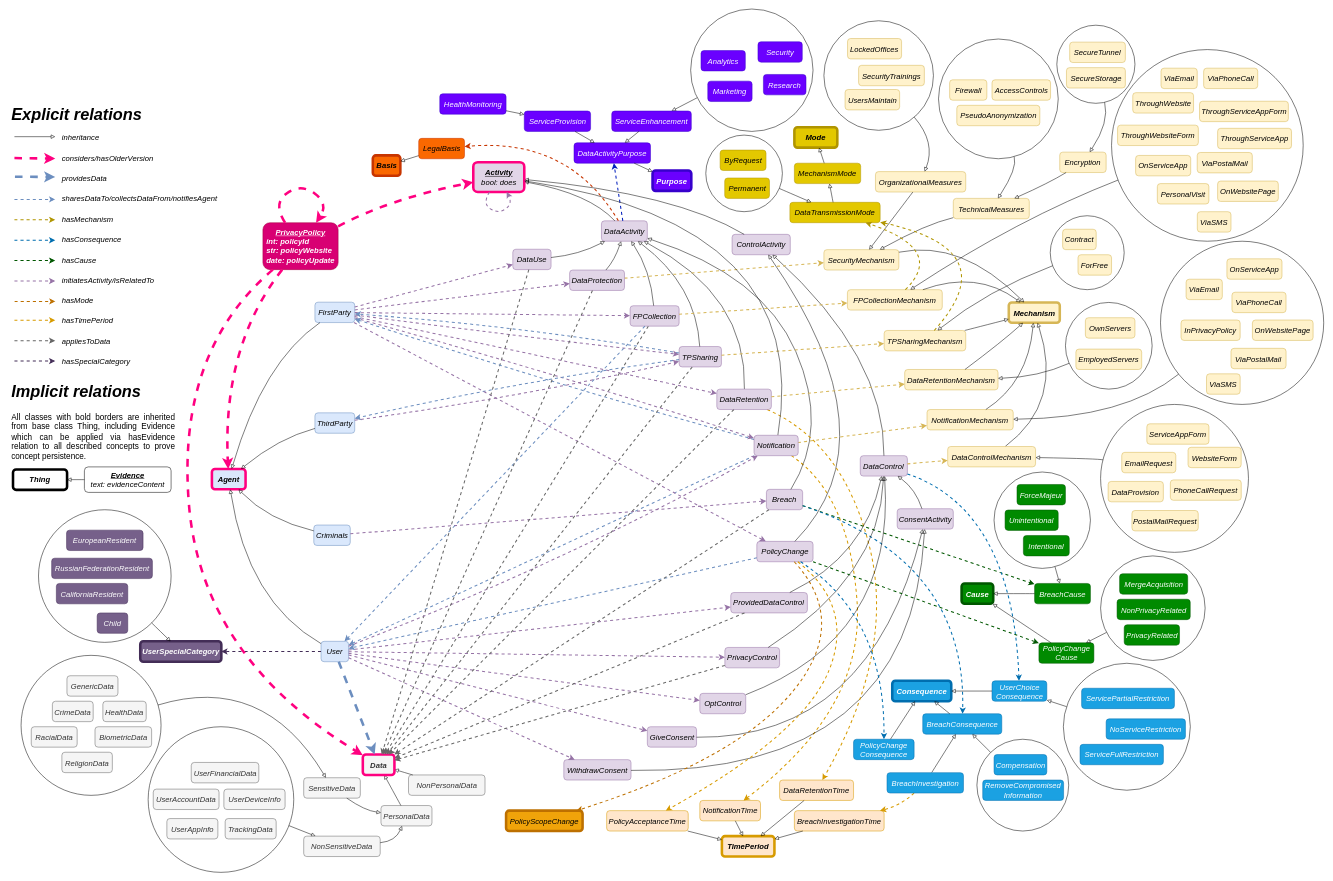
Above: page "full" (1 of 3) of resources/docs/outdated/v1.1.1/ontology.drawio in kuznetsovmd/pp-ontology (draw.io), before the change. Source tidied: cells renumbered, new cells numbered last; positions are measured from the earlier drawing's top-left corner, leaving out a move shared by most shapes. Both pictures are drawn from the tidied source at 51%, with x=0, y=0 at pixel (9, 9).
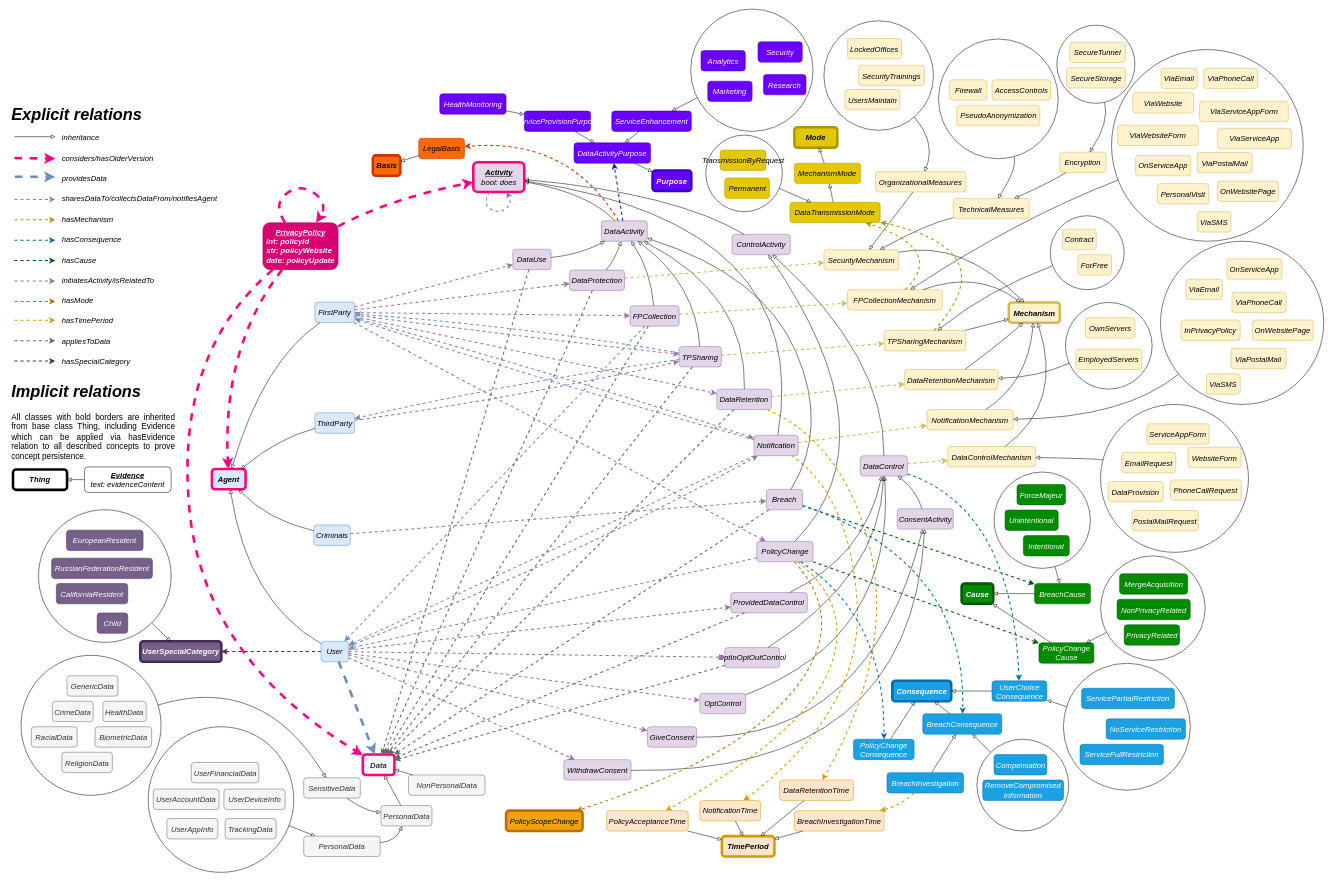
After the change.

Change to the diagram source:
```diff
@@
-    <mxCell id="116" value="PrivacyControl" style="rounded=1;whiteSpace=wrap;html=1;fillColor=#e1d5e7;strokeColor=#9673a6;fontSize=15;fontStyle=2;shadow=0;fontFamily=Helvetica;" parent="1" vertex="1">
+    <mxCell id="116" value="OptInOptOutControl" style="rounded=1;whiteSpace=wrap;html=1;fillColor=#e1d5e7;strokeColor=#9673a6;fontSize=15;fontStyle=2;shadow=0;fontFamily=Helvetica;" parent="1" vertex="1">
       <mxGeometry x="1403.8" y="1252" width="107.3" height="40" as="geometry" />
     </mxCell>
@@
-    <mxCell id="120" value="&lt;div style=&quot;font-size: 15px;&quot;&gt;NonSensitiveData&lt;/div&gt;" style="rounded=1;whiteSpace=wrap;html=1;fillColor=#f5f5f5;fontColor=#333333;strokeColor=#666666;fontSize=15;fontStyle=2;shadow=0;fontFamily=Helvetica;" parent="1" vertex="1">
+    <mxCell id="120" value="&lt;div style=&quot;font-size: 15px;&quot;&gt;PersonalData&lt;/div&gt;" style="rounded=1;whiteSpace=wrap;html=1;fillColor=#f5f5f5;fontColor=#333333;strokeColor=#666666;fontSize=15;fontStyle=2;shadow=0;fontFamily=Helvetica;" parent="1" vertex="1">
       <mxGeometry x="578" y="1622" width="150" height="40" as="geometry" />
     </mxCell>
@@
-    <mxCell id="232" value="ByRequest" style="rounded=1;whiteSpace=wrap;html=1;fillColor=#e3c800;strokeColor=#B09500;fontSize=15;fontStyle=2;fontColor=#000000;shadow=0;fontFamily=Helvetica;" parent="1" vertex="1">
+    <mxCell id="232" value="TransmissionByRequest" style="rounded=1;whiteSpace=wrap;html=1;fillColor=#e3c800;strokeColor=#B09500;fontSize=15;fontStyle=2;fontColor=#000000;shadow=0;fontFamily=Helvetica;" parent="1" vertex="1">
       <mxGeometry x="1394.5" y="276.8" width="90" height="40" as="geometry" />
     </mxCell>
@@
-    <mxCell id="251" value="ServiceProvision" style="rounded=1;whiteSpace=wrap;html=1;fillColor=#6a00ff;strokeColor=#3700CC;fontSize=15;fontStyle=2;fontColor=#ffffff;shadow=0;fontFamily=Helvetica;" parent="1" vertex="1">
+    <mxCell id="251" value="ServiceProvisionPurpose" style="rounded=1;whiteSpace=wrap;html=1;fillColor=#6a00ff;strokeColor=#3700CC;fontSize=15;fontStyle=2;fontColor=#ffffff;shadow=0;fontFamily=Helvetica;" parent="1" vertex="1">
       <mxGeometry x="1010.5" y="200.2" width="130" height="40" as="geometry" />
     </mxCell>
@@
-    <mxCell id="293" value="ThroughServiceApp" style="rounded=1;whiteSpace=wrap;html=1;fillColor=#fff2cc;strokeColor=#d6b656;fontSize=15;fontStyle=2;shadow=0;fontFamily=Helvetica;" parent="1" vertex="1">
+    <mxCell id="293" value="ViaServiceApp" style="rounded=1;whiteSpace=wrap;html=1;fillColor=#fff2cc;strokeColor=#d6b656;fontSize=15;fontStyle=2;shadow=0;fontFamily=Helvetica;" parent="1" vertex="1">
       <mxGeometry x="2370" y="234.1" width="144.9" height="40" as="geometry" />
     </mxCell>
-    <mxCell id="294" value="ThroughWebsite" style="rounded=1;whiteSpace=wrap;html=1;fillColor=#fff2cc;strokeColor=#d6b656;fontSize=15;fontStyle=2;shadow=0;fontFamily=Helvetica;" parent="1" vertex="1">
+    <mxCell id="294" value="ViaWebsite" style="rounded=1;whiteSpace=wrap;html=1;fillColor=#fff2cc;strokeColor=#d6b656;fontSize=15;fontStyle=2;shadow=0;fontFamily=Helvetica;" parent="1" vertex="1">
       <mxGeometry x="2203.6" y="164.2" width="119.2" height="40" as="geometry" />
     </mxCell>
-    <mxCell id="295" value="ThroughServiceAppForm" style="rounded=1;whiteSpace=wrap;html=1;fillColor=#fff2cc;strokeColor=#d6b656;fontSize=15;fontStyle=2;shadow=0;fontFamily=Helvetica;" parent="1" vertex="1">
+    <mxCell id="295" value="ViaServiceAppForm" style="rounded=1;whiteSpace=wrap;html=1;fillColor=#fff2cc;strokeColor=#d6b656;fontSize=15;fontStyle=2;shadow=0;fontFamily=Helvetica;" parent="1" vertex="1">
       <mxGeometry x="2334.5" y="181" width="174.2" height="40" as="geometry" />
     </mxCell>
-    <mxCell id="296" value="ThroughWebsiteForm" style="rounded=1;whiteSpace=wrap;html=1;fillColor=#fff2cc;strokeColor=#d6b656;fontSize=15;fontStyle=2;shadow=0;fontFamily=Helvetica;" parent="1" vertex="1">
+    <mxCell id="296" value="ViaWebsiteForm" style="rounded=1;whiteSpace=wrap;html=1;fillColor=#fff2cc;strokeColor=#d6b656;fontSize=15;fontStyle=2;shadow=0;fontFamily=Helvetica;" parent="1" vertex="1">
       <mxGeometry x="2173.8" y="227.9" width="158.4" height="40" as="geometry" />
     </mxCell>
```
